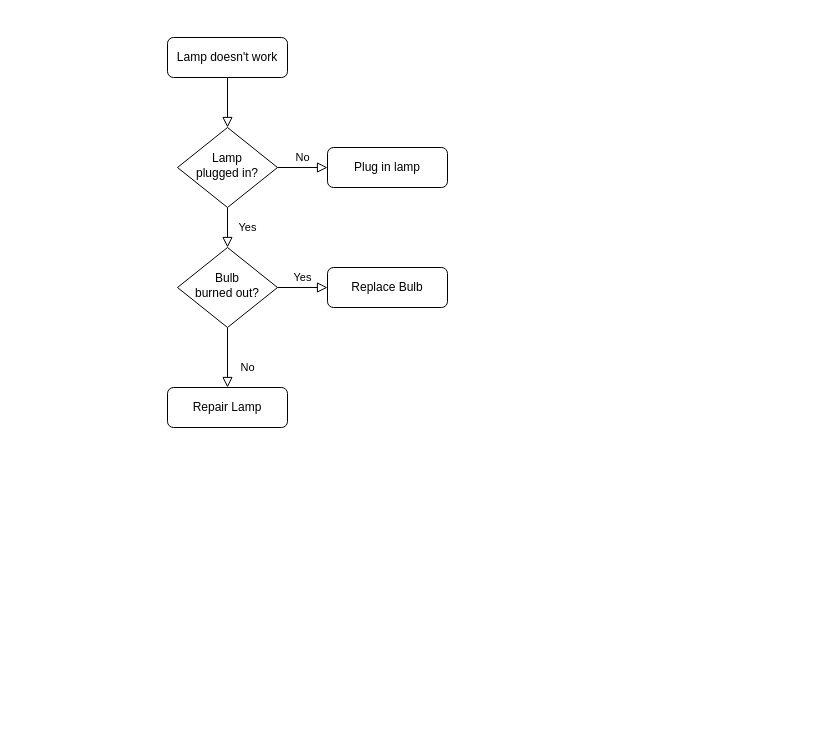
Above: EPM_REPORT.drawio in charlenelin0/Flow-Chart (draw.io), before the change. Source tidied: cells renumbered, new cells numbered last; positions are measured from the earlier drawing's top-left corner, leaving out a move shared by most shapes. Both pictures are drawn from the tidied source at 100%, with x=0, y=0 at pixel (167, 37).
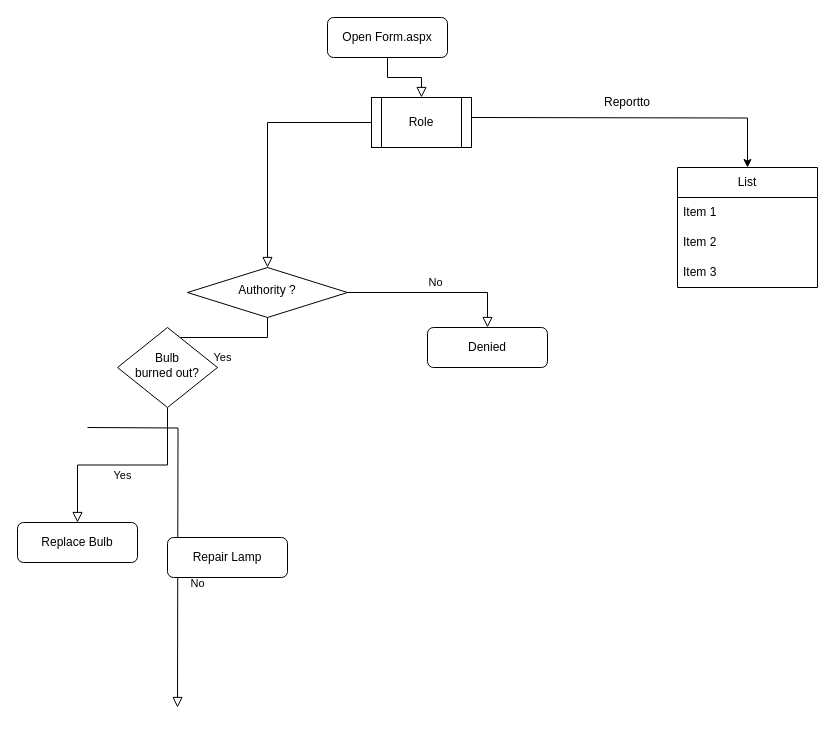
The same page after the edit.

The edit, as a diff of the source:
```diff
@@
-    <mxCell id="2" style="rounded=0;html=1;jettySize=auto;fontSize=11;endArrow=block;endFill=0;endSize=8;strokeWidth=1;shadow=0;labelBackgroundColor=none;edgeStyle=orthogonalEdgeStyle;" parent="1" edge="1" source="3" target="6">
+    <mxCell id="2" style="rounded=0;html=1;jettySize=auto;fontSize=11;endArrow=block;endFill=0;endSize=8;strokeWidth=1;shadow=0;labelBackgroundColor=none;edgeStyle=orthogonalEdgeStyle;" parent="1" edge="1" source="14" target="6">
       <mxGeometry relative="1" as="geometry" />
     </mxCell>
-    <mxCell id="3" value="Lamp doesn't work" style="rounded=1;whiteSpace=wrap;html=1;fontSize=12;glass=0;strokeWidth=1;shadow=0;" parent="1" vertex="1">
-      <mxGeometry width="120" height="40" as="geometry" />
+    <mxCell id="3" value="Open Form.aspx" style="rounded=1;whiteSpace=wrap;html=1;fontSize=12;glass=0;strokeWidth=1;shadow=0;" parent="1" vertex="1">
+      <mxGeometry x="160" y="-20" width="120" height="40" as="geometry" />
     </mxCell>
@@
-    <mxCell id="6" value="Lamp&lt;br&gt;plugged in?" style="rhombus;whiteSpace=wrap;html=1;shadow=0;fontFamily=Helvetica;fontSize=12;align=center;strokeWidth=1;spacing=6;spacingTop=-4;" parent="1" vertex="1">
-      <mxGeometry x="10" y="90" width="100" height="80" as="geometry" />
+    <mxCell id="6" value="Authority&amp;nbsp;&lt;span style=&quot;background-color: transparent; color: light-dark(rgb(0, 0, 0), rgb(255, 255, 255));&quot;&gt;?&lt;/span&gt;" style="rhombus;whiteSpace=wrap;html=1;shadow=0;fontFamily=Helvetica;fontSize=12;align=center;strokeWidth=1;spacing=6;spacingTop=-4;" parent="1" vertex="1">
+      <mxGeometry x="20" y="230" width="160" height="50" as="geometry" />
     </mxCell>
-    <mxCell id="7" value="Plug in lamp" style="rounded=1;whiteSpace=wrap;html=1;fontSize=12;glass=0;strokeWidth=1;shadow=0;" parent="1" vertex="1">
-      <mxGeometry x="160" y="110" width="120" height="40" as="geometry" />
+    <mxCell id="7" value="Denied" style="rounded=1;whiteSpace=wrap;html=1;fontSize=12;glass=0;strokeWidth=1;shadow=0;" parent="1" vertex="1">
+      <mxGeometry x="260" y="290" width="120" height="40" as="geometry" />
     </mxCell>
-    <mxCell id="8" value="No" style="rounded=0;html=1;jettySize=auto;fontSize=11;endArrow=block;endFill=0;endSize=8;strokeWidth=1;shadow=0;labelBackgroundColor=none;edgeStyle=orthogonalEdgeStyle;" parent="1" edge="1" source="10" target="11">
-      <mxGeometry x="0.33" y="20" relative="1" as="geometry" />
+    <mxCell id="8" value="No" style="rounded=0;html=1;jettySize=auto;orthogonalLoop=1;fontSize=11;endArrow=block;endFill=0;endSize=8;strokeWidth=1;shadow=0;labelBackgroundColor=none;edgeStyle=orthogonalEdgeStyle;" parent="1" edge="1">
+      <mxGeometry x="0.33" y="20" relative="1" as="geometry">
+        <mxPoint x="-80" y="390" as="sourcePoint" />
+        <mxPoint x="10" y="670" as="targetPoint" />
+      </mxGeometry>
     </mxCell>
@@
     <mxCell id="10" value="Bulb&lt;br&gt;burned out?" style="rhombus;whiteSpace=wrap;html=1;shadow=0;fontFamily=Helvetica;fontSize=12;align=center;strokeWidth=1;spacing=6;spacingTop=-4;" parent="1" vertex="1">
-      <mxGeometry x="10" y="210" width="100" height="80" as="geometry" />
+      <mxGeometry x="-50" y="290" width="100" height="80" as="geometry" />
     </mxCell>
     <mxCell id="11" value="Repair Lamp" style="rounded=1;whiteSpace=wrap;html=1;fontSize=12;glass=0;strokeWidth=1;shadow=0;" parent="1" vertex="1">
-      <mxGeometry y="350" width="120" height="40" as="geometry" />
+      <mxGeometry y="500" width="120" height="40" as="geometry" />
     </mxCell>
     <mxCell id="12" value="Replace Bulb" style="rounded=1;whiteSpace=wrap;html=1;fontSize=12;glass=0;strokeWidth=1;shadow=0;" parent="1" vertex="1">
-      <mxGeometry x="160" y="230" width="120" height="40" as="geometry" />
+      <mxGeometry x="-150" y="485" width="120" height="40" as="geometry" />
     </mxCell>
+    <mxCell id="13" style="rounded=0;html=1;jettySize=auto;fontSize=11;endArrow=block;endFill=0;endSize=8;strokeWidth=1;shadow=0;labelBackgroundColor=none;edgeStyle=orthogonalEdgeStyle;" parent="1" edge="1" source="3" target="14">
+      <mxGeometry relative="1" as="geometry" />
+    </mxCell>
+    <mxCell id="14" value="Role" style="shape=process;whiteSpace=wrap;html=1;backgroundOutline=1;" parent="1" vertex="1">
+      <mxGeometry x="204" y="60" width="100" height="50" as="geometry" />
+    </mxCell>
+    <mxCell id="15" value="List" style="swimlane;fontStyle=0;horizontal=1;startSize=30;whiteSpace=wrap;html=1;" parent="1" vertex="1">
+      <mxGeometry x="510" y="130" width="140" height="120" as="geometry" />
+    </mxCell>
+    <mxCell id="16" value="Item 1" style="text;strokeColor=none;fillColor=none;align=left;verticalAlign=middle;spacingLeft=4;spacingRight=4;overflow=hidden;whiteSpace=wrap;html=1;" parent="15" vertex="1">
+      <mxGeometry y="30" width="140" height="30" as="geometry" />
+    </mxCell>
+    <mxCell id="17" value="Item 2" style="text;strokeColor=none;fillColor=none;align=left;verticalAlign=middle;spacingLeft=4;spacingRight=4;overflow=hidden;whiteSpace=wrap;html=1;" parent="15" vertex="1">
+      <mxGeometry y="60" width="140" height="30" as="geometry" />
+    </mxCell>
+    <mxCell id="18" value="Item 3" style="text;strokeColor=none;fillColor=none;align=left;verticalAlign=middle;spacingLeft=4;spacingRight=4;overflow=hidden;whiteSpace=wrap;html=1;" parent="15" vertex="1">
+      <mxGeometry y="90" width="140" height="30" as="geometry" />
+    </mxCell>
+    <mxCell id="19" style="edgeStyle=orthogonalEdgeStyle;rounded=0;jettySize=auto;html=1;entryX=0.5;entryY=0;entryDx=0;entryDy=0;" parent="1" edge="1" target="15">
+      <mxGeometry relative="1" as="geometry">
+        <mxPoint x="304" y="80" as="sourcePoint" />
+      </mxGeometry>
+    </mxCell>
+    <mxCell id="20" value="Reportto" style="text;html=1;align=center;verticalAlign=middle;whiteSpace=wrap;rounded=0;" parent="1" vertex="1">
+      <mxGeometry x="420" y="50" width="80" height="30" as="geometry" />
+    </mxCell>
```
